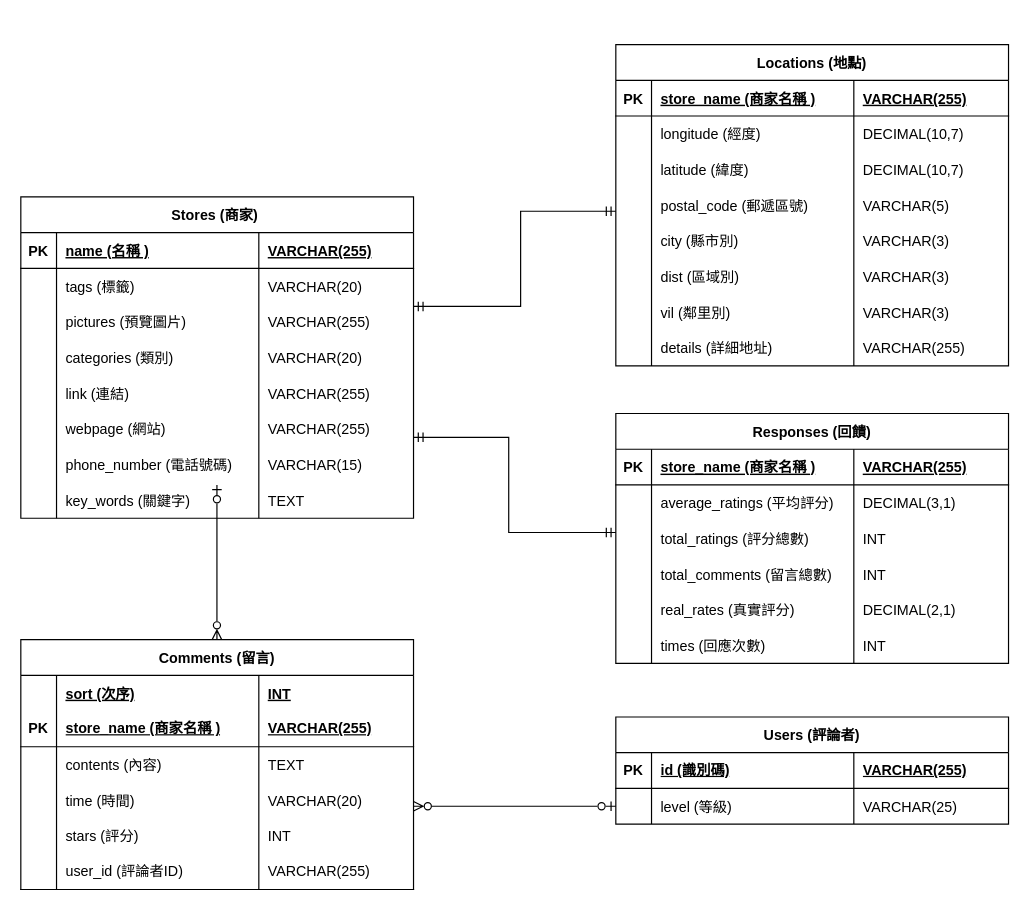
Above: page "正式版" (1 of 2) of 專案檔案/地圖結果資料庫/初步實體關係圖.drawio in Cuddles-Yu/ntub-coding (draw.io), before the change. Source tidied: cells renumbered, new cells numbered last; positions are measured from the earlier drawing's top-left corner, leaving out a move shared by most shapes. Both pictures are drawn from the tidied source at 119%, with x=0, y=0 at pixel (20, 44).
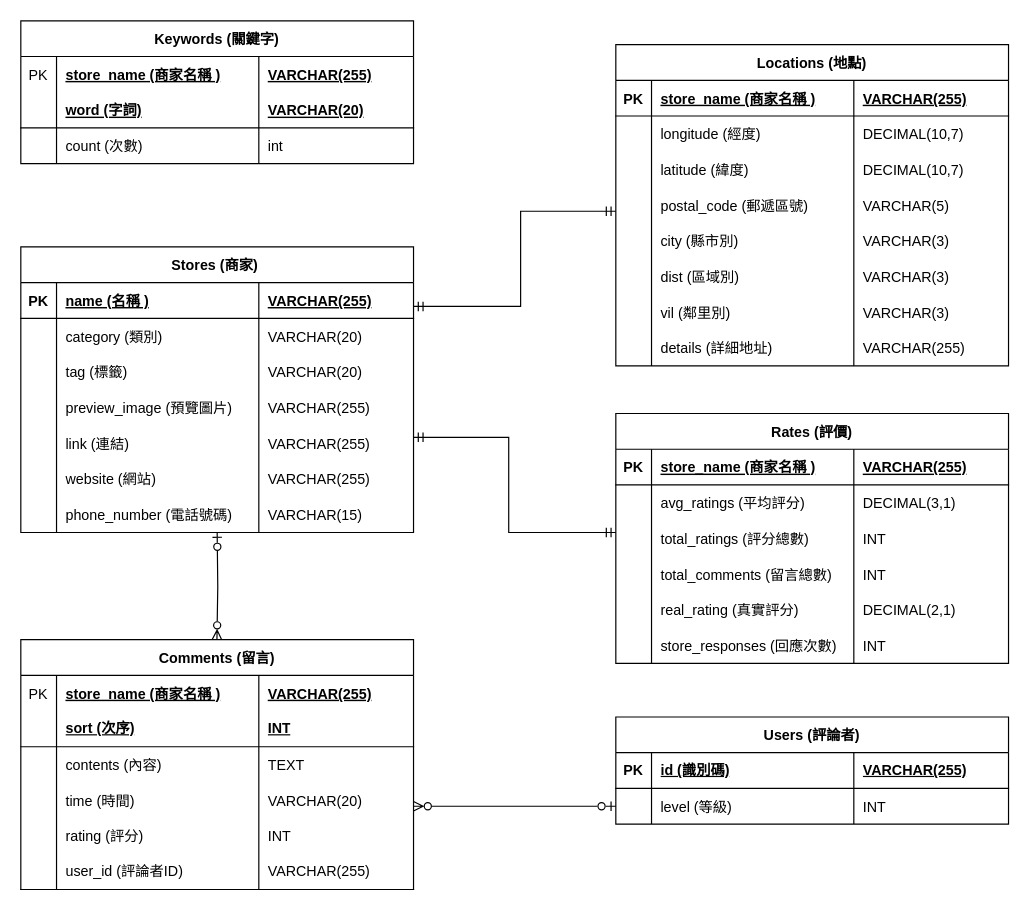
The same page after the edit.

Commit message (it also covers changes not shown here):
[地圖結果資料庫]進度 - 新增函式與修改程式碼

The change refers to these unchanged cells:
```xml
<mxCell id="36" style="shape=partialRectangle;fillColor=none;top=0;left=0;right=0;bottom=0;" parent="35" vertex="1">
  <mxGeometry y="30" width="330" height="30" as="geometry" />
</mxCell>
<mxCell id="40" style="shape=tableRow;horizontal=0;startSize=0;swimlaneHead=0;swimlaneBody=0;fillColor=none;top=0;left=0;right=0;bottom=1;" parent="35" vertex="1">
  <mxGeometry y="60" width="330" height="30" as="geometry" />
</mxCell>
<mxCell id="52" style="shape=partialRectangle;fillColor=none;top=0;left=0;right=0;bottom=0;" parent="35" vertex="1">
  <mxGeometry y="150" width="330" height="30" as="geometry" />
</mxCell>
<mxCell id="82" style="shape=partialRectangle;fillColor=none;top=0;left=0;right=0;bottom=0;" parent="61" vertex="1">
  <mxGeometry y="180" width="330" height="30" as="geometry" />
</mxCell>
<mxCell id="99" style="shape=partialRectangle;fillColor=none;top=0;left=0;right=0;bottom=0;" parent="94" vertex="1">
  <mxGeometry y="60" width="330" height="30" as="geometry" />
</mxCell>
<mxCell id="108" style="shape=partialRectangle;fillColor=none;top=0;left=0;right=0;bottom=0;" parent="103" vertex="1">
  <mxGeometry y="60" width="330" height="30" as="geometry" />
</mxCell>
<mxCell id="120" style="shape=partialRectangle;fillColor=none;top=0;left=0;right=0;bottom=0;" parent="103" vertex="1">
  <mxGeometry y="150" width="330" height="30" as="geometry" />
</mxCell>
<mxCell id="124" style="shape=partialRectangle;fillColor=none;top=0;left=0;right=0;bottom=0;" parent="103" vertex="1">
  <mxGeometry y="180" width="330" height="30" as="geometry" />
</mxCell>
```

Change to the diagram source:
```diff
@@
-    <mxCell id="37" style="shape=partialRectangle;overflow=hidden;fillColor=none;top=0;left=0;bottom=0;right=0;" parent="36" vertex="1">
+    <mxCell id="37" value="PK" style="shape=partialRectangle;overflow=hidden;fillColor=none;top=0;left=0;bottom=0;right=0;" parent="36" vertex="1">
       <mxGeometry width="30" height="30" as="geometry" />
     </mxCell>
-    <mxCell id="38" value="sort (次序)" style="shape=partialRectangle;overflow=hidden;fillColor=none;top=0;left=0;bottom=0;right=0;align=left;spacingLeft=6;fontStyle=5;" parent="36" vertex="1">
+    <mxCell id="38" value="store_name (商家名稱 )" style="shape=partialRectangle;overflow=hidden;fillColor=none;top=0;left=0;bottom=0;right=0;align=left;spacingLeft=6;fontStyle=5;" parent="36" vertex="1">
       <mxGeometry x="30" width="170" height="30" as="geometry" />
     </mxCell>
-    <mxCell id="39" value="INT" style="shape=partialRectangle;overflow=hidden;fillColor=none;top=0;left=0;bottom=0;right=0;align=left;spacingLeft=6;fontStyle=5;" parent="36" vertex="1">
+    <mxCell id="39" value="VARCHAR(255)" style="shape=partialRectangle;overflow=hidden;fillColor=none;top=0;left=0;bottom=0;right=0;align=left;spacingLeft=6;fontStyle=5;" parent="36" vertex="1">
       <mxGeometry x="200" width="130" height="30" as="geometry" />
     </mxCell>
@@
-    <mxCell id="41" value="PK" style="shape=partialRectangle;fillColor=none;top=0;left=0;bottom=0;right=0;fontStyle=1;overflow=hidden;whiteSpace=wrap;html=1;" parent="40" vertex="1">
+    <mxCell id="41" style="shape=partialRectangle;fillColor=none;top=0;left=0;bottom=0;right=0;fontStyle=1;overflow=hidden;whiteSpace=wrap;html=1;" parent="40" vertex="1">
       <mxGeometry width="30" height="30" as="geometry" />
     </mxCell>
-    <mxCell id="42" value="&lt;span style=&quot;text-wrap: nowrap;&quot;&gt;store_name (商家名稱&amp;nbsp;)&lt;/span&gt;" style="shape=partialRectangle;fillColor=none;top=0;left=0;bottom=0;right=0;align=left;spacingLeft=6;fontStyle=5;overflow=hidden;whiteSpace=wrap;html=1;" parent="40" vertex="1">
+    <mxCell id="42" value="&lt;span style=&quot;text-wrap: nowrap;&quot;&gt;sort (次序)&lt;/span&gt;" style="shape=partialRectangle;fillColor=none;top=0;left=0;bottom=0;right=0;align=left;spacingLeft=6;fontStyle=5;overflow=hidden;whiteSpace=wrap;html=1;" parent="40" vertex="1">
       <mxGeometry x="30" width="170" height="30" as="geometry" />
     </mxCell>
-    <mxCell id="43" value="&lt;span style=&quot;text-wrap: nowrap;&quot;&gt;VARCHAR(255)&lt;/span&gt;" style="shape=partialRectangle;fillColor=none;top=0;left=0;bottom=0;right=0;align=left;spacingLeft=6;fontStyle=5;overflow=hidden;whiteSpace=wrap;html=1;" parent="40" vertex="1">
+    <mxCell id="43" value="INT" style="shape=partialRectangle;fillColor=none;top=0;left=0;bottom=0;right=0;align=left;spacingLeft=6;fontStyle=5;overflow=hidden;whiteSpace=wrap;html=1;" parent="40" vertex="1">
       <mxGeometry x="200" width="130" height="30" as="geometry" />
     </mxCell>
@@
-    <mxCell id="54" value="stars (評分)" style="shape=partialRectangle;overflow=hidden;fillColor=none;top=0;left=0;bottom=0;right=0;align=left;spacingLeft=6;" parent="52" vertex="1">
+    <mxCell id="54" value="rating (評分)" style="shape=partialRectangle;overflow=hidden;fillColor=none;top=0;left=0;bottom=0;right=0;align=left;spacingLeft=6;" parent="52" vertex="1">
       <mxGeometry x="30" width="170" height="30" as="geometry" />
     </mxCell>
@@
     <mxCell id="60" style="edgeStyle=orthogonalEdgeStyle;rounded=0;orthogonalLoop=1;jettySize=auto;html=1;endArrow=ERzeroToMany;endFill=0;startArrow=ERzeroToOne;startFill=0;" parent="1" edge="1">
       <mxGeometry relative="1" as="geometry">
-        <mxPoint x="164.8" y="370" as="sourcePoint" />
+        <mxPoint x="165" y="410" as="sourcePoint" />
         <mxPoint x="164.8" y="500" as="targetPoint" />
       </mxGeometry>
     </mxCell>
     <mxCell id="61" value="Stores (商家) " style="shape=table;startSize=30;childLayout=tableLayout;rowLines=0;fontStyle=1;align=center;" parent="1" vertex="1">
-      <mxGeometry y="128" width="330" height="270" as="geometry" />
+      <mxGeometry y="170" width="330" height="240" as="geometry" />
     </mxCell>
@@
+    <mxCell id="74" style="shape=partialRectangle;fillColor=none;top=0;left=0;right=0;bottom=0;" parent="61" vertex="1">
+      <mxGeometry y="60" width="330" height="30" as="geometry" />
+    </mxCell>
+    <mxCell id="75" style="shape=partialRectangle;overflow=hidden;fillColor=none;top=0;left=0;bottom=0;right=0;" parent="74" vertex="1">
+      <mxGeometry width="30" height="30" as="geometry" />
+    </mxCell>
+    <mxCell id="76" value="category (類別) " style="shape=partialRectangle;overflow=hidden;fillColor=none;top=0;left=0;bottom=0;right=0;align=left;spacingLeft=6;" parent="74" vertex="1">
+      <mxGeometry x="30" width="170" height="30" as="geometry" />
+    </mxCell>
+    <mxCell id="77" value="VARCHAR(20)" style="shape=partialRectangle;overflow=hidden;fillColor=none;top=0;left=0;bottom=0;right=0;align=left;spacingLeft=6;" parent="74" vertex="1">
+      <mxGeometry x="200" width="130" height="30" as="geometry" />
+    </mxCell>
     <mxCell id="66" style="shape=partialRectangle;fillColor=none;top=0;left=0;right=0;bottom=0;" parent="61" vertex="1">
-      <mxGeometry y="60" width="330" height="30" as="geometry" />
+      <mxGeometry y="90" width="330" height="30" as="geometry" />
     </mxCell>
@@
-    <mxCell id="68" value="tags (標籤)" style="shape=partialRectangle;overflow=hidden;fillColor=none;top=0;left=0;bottom=0;right=0;align=left;spacingLeft=6;" parent="66" vertex="1">
+    <mxCell id="68" value="tag (標籤)" style="shape=partialRectangle;overflow=hidden;fillColor=none;top=0;left=0;bottom=0;right=0;align=left;spacingLeft=6;" parent="66" vertex="1">
       <mxGeometry x="30" width="170" height="30" as="geometry" />
     </mxCell>
@@
     <mxCell id="70" style="shape=partialRectangle;fillColor=none;top=0;left=0;right=0;bottom=0;" parent="61" vertex="1">
-      <mxGeometry y="90" width="330" height="30" as="geometry" />
+      <mxGeometry y="120" width="330" height="30" as="geometry" />
     </mxCell>
@@
-    <mxCell id="72" value="pictures (預覽圖片) " style="shape=partialRectangle;overflow=hidden;fillColor=none;top=0;left=0;bottom=0;right=0;align=left;spacingLeft=6;" parent="70" vertex="1">
+    <mxCell id="72" value="preview_image (預覽圖片) " style="shape=partialRectangle;overflow=hidden;fillColor=none;top=0;left=0;bottom=0;right=0;align=left;spacingLeft=6;" parent="70" vertex="1">
       <mxGeometry x="30" width="170" height="30" as="geometry" />
     </mxCell>
@@
-    <mxCell id="74" style="shape=partialRectangle;fillColor=none;top=0;left=0;right=0;bottom=0;" parent="61" vertex="1">
-      <mxGeometry y="120" width="330" height="30" as="geometry" />
-    </mxCell>
-    <mxCell id="75" style="shape=partialRectangle;overflow=hidden;fillColor=none;top=0;left=0;bottom=0;right=0;" parent="74" vertex="1">
-      <mxGeometry width="30" height="30" as="geometry" />
-    </mxCell>
-    <mxCell id="76" value="categories (類別) " style="shape=partialRectangle;overflow=hidden;fillColor=none;top=0;left=0;bottom=0;right=0;align=left;spacingLeft=6;" parent="74" vertex="1">
-      <mxGeometry x="30" width="170" height="30" as="geometry" />
-    </mxCell>
-    <mxCell id="77" value="VARCHAR(20)" style="shape=partialRectangle;overflow=hidden;fillColor=none;top=0;left=0;bottom=0;right=0;align=left;spacingLeft=6;" parent="74" vertex="1">
-      <mxGeometry x="200" width="130" height="30" as="geometry" />
-    </mxCell>
@@
-    <mxCell id="84" value="webpage (網站) " style="shape=partialRectangle;overflow=hidden;fillColor=none;top=0;left=0;bottom=0;right=0;align=left;spacingLeft=6;" parent="82" vertex="1">
+    <mxCell id="84" value="website (網站) " style="shape=partialRectangle;overflow=hidden;fillColor=none;top=0;left=0;bottom=0;right=0;align=left;spacingLeft=6;" parent="82" vertex="1">
       <mxGeometry x="30" width="170" height="30" as="geometry" />
     </mxCell>
@@
-    <mxCell id="90" style="shape=partialRectangle;fillColor=none;top=0;left=0;right=0;bottom=0;" parent="61" vertex="1">
-      <mxGeometry y="240" width="330" height="30" as="geometry" />
-    </mxCell>
-    <mxCell id="91" style="shape=partialRectangle;overflow=hidden;fillColor=none;top=0;left=0;bottom=0;right=0;" parent="90" vertex="1">
-      <mxGeometry width="30" height="30" as="geometry" />
-    </mxCell>
-    <mxCell id="92" value="key_words (關鍵字)" style="shape=partialRectangle;overflow=hidden;fillColor=none;top=0;left=0;bottom=0;right=0;align=left;spacingLeft=6;fontStyle=0;" parent="90" vertex="1">
-      <mxGeometry x="30" width="170" height="30" as="geometry" />
-    </mxCell>
-    <mxCell id="93" value="TEXT" style="shape=partialRectangle;overflow=hidden;fillColor=none;top=0;left=0;bottom=0;right=0;align=left;spacingLeft=6;fontStyle=0;" parent="90" vertex="1">
-      <mxGeometry x="200" width="130" height="30" as="geometry" />
-    </mxCell>
@@
-    <mxCell id="102" value="VARCHAR(25)" style="shape=partialRectangle;overflow=hidden;fillColor=none;top=0;left=0;bottom=0;right=0;align=left;spacingLeft=6;" parent="99" vertex="1">
+    <mxCell id="102" value="INT" style="shape=partialRectangle;overflow=hidden;fillColor=none;top=0;left=0;bottom=0;right=0;align=left;spacingLeft=6;" parent="99" vertex="1">
       <mxGeometry x="200" width="130" height="30" as="geometry" />
     </mxCell>
-    <mxCell id="103" value="Responses (回饋)" style="shape=table;startSize=30;childLayout=tableLayout;rowLines=0;fontStyle=1;align=center;" parent="1" vertex="1">
+    <mxCell id="103" value="Rates (評價)" style="shape=table;startSize=30;childLayout=tableLayout;rowLines=0;fontStyle=1;align=center;" parent="1" vertex="1">
       <mxGeometry x="500" y="310" width="330" height="210" as="geometry" />
     </mxCell>
@@
-    <mxCell id="110" value="average_ratings (平均評分)" style="shape=partialRectangle;overflow=hidden;fillColor=none;top=0;left=0;bottom=0;right=0;align=left;spacingLeft=6;" parent="108" vertex="1">
+    <mxCell id="110" value="avg_ratings (平均評分)" style="shape=partialRectangle;overflow=hidden;fillColor=none;top=0;left=0;bottom=0;right=0;align=left;spacingLeft=6;" parent="108" vertex="1">
       <mxGeometry x="30" width="170" height="30" as="geometry" />
     </mxCell>
@@
-    <mxCell id="122" value="real_rates (真實評分) " style="shape=partialRectangle;overflow=hidden;fillColor=none;top=0;left=0;bottom=0;right=0;align=left;spacingLeft=6;" parent="120" vertex="1">
+    <mxCell id="122" value="real_rating (真實評分) " style="shape=partialRectangle;overflow=hidden;fillColor=none;top=0;left=0;bottom=0;right=0;align=left;spacingLeft=6;" parent="120" vertex="1">
       <mxGeometry x="30" width="170" height="30" as="geometry" />
     </mxCell>
@@
-    <mxCell id="126" value="times (回應次數) " style="shape=partialRectangle;overflow=hidden;fillColor=none;top=0;left=0;bottom=0;right=0;align=left;spacingLeft=6;" parent="124" vertex="1">
+    <mxCell id="126" value="store_responses (回應次數) " style="shape=partialRectangle;overflow=hidden;fillColor=none;top=0;left=0;bottom=0;right=0;align=left;spacingLeft=6;" parent="124" vertex="1">
       <mxGeometry x="30" width="170" height="30" as="geometry" />
     </mxCell>
@@
+    <mxCell id="132" value="Keywords (關鍵字)" style="shape=table;startSize=30;childLayout=tableLayout;rowLines=0;fontStyle=1;align=center;" parent="1" vertex="1">
+      <mxGeometry y="-20" width="330" height="120" as="geometry" />
+    </mxCell>
+    <mxCell id="133" style="shape=partialRectangle;fillColor=none;top=0;left=0;right=0;bottom=0;" parent="132" vertex="1">
+      <mxGeometry y="30" width="330" height="30" as="geometry" />
+    </mxCell>
+    <mxCell id="134" value="PK" style="shape=partialRectangle;overflow=hidden;fillColor=none;top=0;left=0;bottom=0;right=0;" parent="133" vertex="1">
+      <mxGeometry width="30" height="30" as="geometry" />
+    </mxCell>
+    <mxCell id="135" value="store_name (商家名稱 )" style="shape=partialRectangle;overflow=hidden;fillColor=none;top=0;left=0;bottom=0;right=0;align=left;spacingLeft=6;fontStyle=5;" parent="133" vertex="1">
+      <mxGeometry x="30" width="170" height="30" as="geometry" />
+    </mxCell>
+    <mxCell id="136" value="VARCHAR(255)" style="shape=partialRectangle;overflow=hidden;fillColor=none;top=0;left=0;bottom=0;right=0;align=left;spacingLeft=6;fontStyle=5;" parent="133" vertex="1">
+      <mxGeometry x="200" width="130" height="30" as="geometry" />
+    </mxCell>
+    <mxCell id="137" style="shape=partialRectangle;fillColor=none;top=0;left=0;right=0;bottom=1;strokeColor=inherit;" parent="132" vertex="1">
+      <mxGeometry y="60" width="330" height="30" as="geometry" />
+    </mxCell>
+    <mxCell id="138" style="shape=partialRectangle;overflow=hidden;fillColor=none;top=0;left=0;bottom=0;right=0;fontStyle=1;" parent="137" vertex="1">
+      <mxGeometry width="30" height="30" as="geometry" />
+    </mxCell>
+    <mxCell id="139" value="word (字詞)" style="shape=partialRectangle;overflow=hidden;fillColor=none;top=0;left=0;bottom=0;right=0;align=left;spacingLeft=6;fontStyle=5;strokeColor=inherit;" parent="137" vertex="1">
+      <mxGeometry x="30" width="170" height="30" as="geometry" />
+    </mxCell>
+    <mxCell id="140" value="VARCHAR(20)" style="shape=partialRectangle;overflow=hidden;fillColor=none;top=0;left=0;bottom=0;right=0;align=left;spacingLeft=6;fontStyle=5;" parent="137" vertex="1">
+      <mxGeometry x="200" width="130" height="30" as="geometry" />
+    </mxCell>
+    <mxCell id="141" style="shape=partialRectangle;fillColor=none;top=0;left=0;right=0;bottom=0;" parent="132" vertex="1">
+      <mxGeometry y="90" width="330" height="30" as="geometry" />
+    </mxCell>
+    <mxCell id="91" style="shape=partialRectangle;overflow=hidden;fillColor=none;top=0;left=0;bottom=0;right=0;" parent="141" vertex="1">
+      <mxGeometry width="30" height="30" as="geometry" />
+    </mxCell>
+    <mxCell id="142" value="count (次數)" style="shape=partialRectangle;overflow=hidden;fillColor=none;top=0;left=0;bottom=0;right=0;align=left;spacingLeft=6;" parent="141" vertex="1">
+      <mxGeometry x="30" width="170" height="30" as="geometry" />
+    </mxCell>
+    <mxCell id="143" value="int" style="shape=partialRectangle;overflow=hidden;fillColor=none;top=0;left=0;bottom=0;right=0;align=left;spacingLeft=6;" parent="141" vertex="1">
+      <mxGeometry x="200" width="130" height="30" as="geometry" />
+    </mxCell>
```
